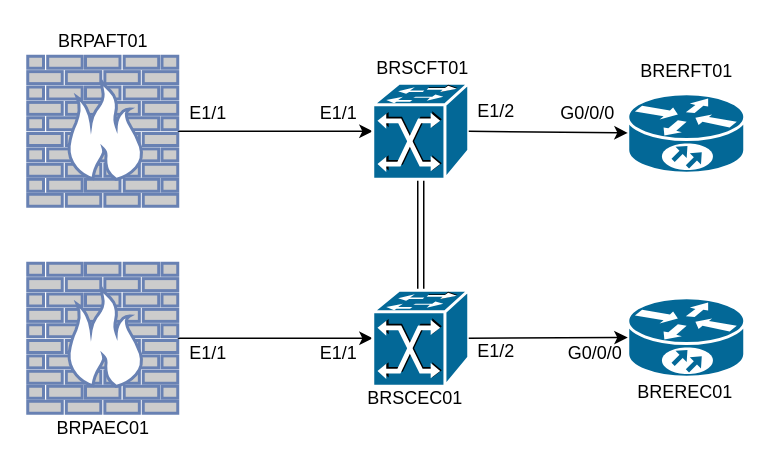
This is page "Page-2" (2 of 2) of Untitled Diagram.drawio from ricardochindi/MyPipeline01, a draw.io file, before an edit. Source tidied: cells renumbered, new cells numbered last; positions are measured from the earlier drawing's top-left corner, leaving out a move shared by most shapes. Both pictures are drawn from the tidied source at 150%, with x=0, y=0 at pixel (27, 26).
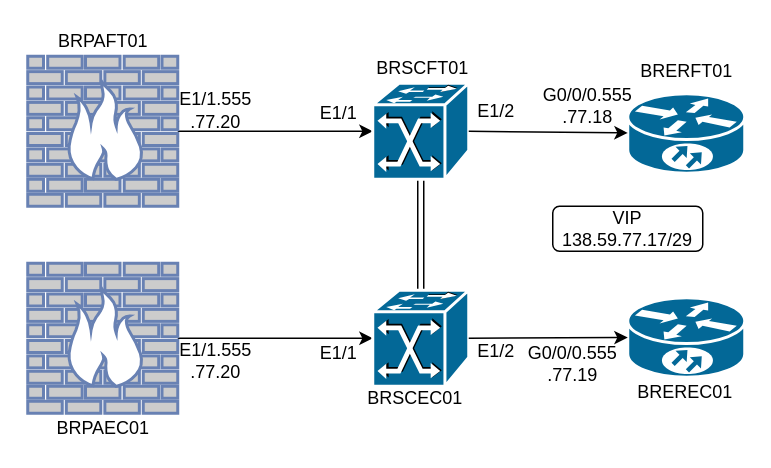
Above is the later version.

Commit message:
PaloAlto External IF

Change to the diagram source:
```diff
@@
-    <mxCell id="20" value="G0/0/0" style="text;html=1;align=center;verticalAlign=middle;" parent="1" vertex="1">
-      <mxGeometry x="348" y="48" width="50" height="20" as="geometry" />
+    <mxCell id="20" value="G0/0/0.555&lt;br&gt;.77.18" style="text;html=1;align=center;verticalAlign=middle;" parent="1" vertex="1">
+      <mxGeometry x="338" y="38" width="70" height="30" as="geometry" />
     </mxCell>
-    <mxCell id="21" value="G0/0/0" style="text;html=1;align=center;verticalAlign=middle;" parent="1" vertex="1">
-      <mxGeometry x="353" y="208" width="50" height="20" as="geometry" />
-    </mxCell>
-    <mxCell id="22" value="E1/1" style="text;html=1;align=center;verticalAlign=middle;" parent="1" vertex="1">
-      <mxGeometry x="100" y="48" width="40" height="20" as="geometry" />
+    <mxCell id="22" value="E1/1.555&lt;br&gt;.77.20" style="text;html=1;align=center;verticalAlign=middle;" parent="1" vertex="1">
+      <mxGeometry x="95" y="41" width="60" height="30" as="geometry" />
     </mxCell>
-    <mxCell id="23" value="E1/1" style="text;html=1;align=center;verticalAlign=middle;" parent="1" vertex="1">
-      <mxGeometry x="100" y="208" width="40" height="20" as="geometry" />
-    </mxCell>
@@
+    <mxCell id="27" value="E1/1.555&lt;br&gt;.77.20" style="text;html=1;align=center;verticalAlign=middle;" parent="1" vertex="1">
+      <mxGeometry x="95" y="208" width="60" height="30" as="geometry" />
+    </mxCell>
+    <mxCell id="28" value="G0/0/0.555&lt;br&gt;.77.19" style="text;html=1;align=center;verticalAlign=middle;" parent="1" vertex="1">
+      <mxGeometry x="328" y="210" width="70" height="30" as="geometry" />
+    </mxCell>
+    <mxCell id="29" value="VIP&lt;br&gt;138.59.77.17/29" style="rounded=1;whiteSpace=wrap;html=1;" parent="1" vertex="1">
+      <mxGeometry x="350" y="120" width="100" height="30" as="geometry" />
+    </mxCell>
```
